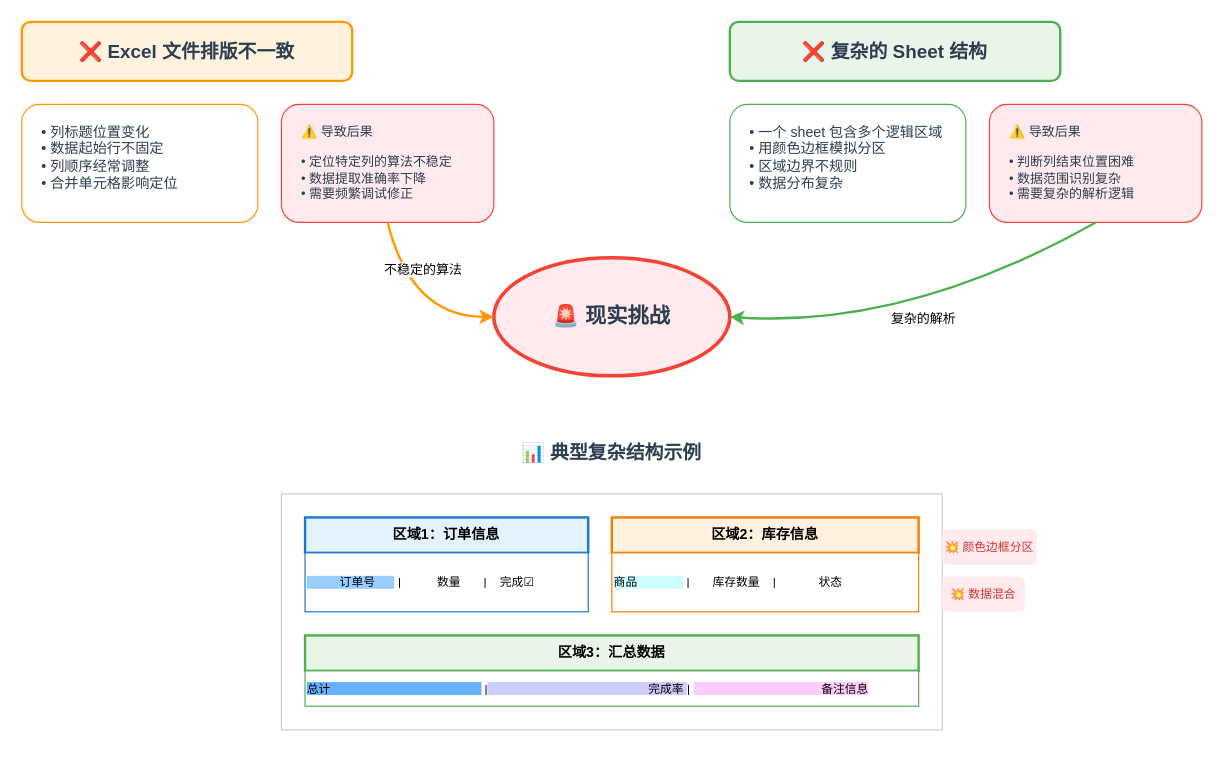
ronhuafeng/my-public-slides keeps this draw.io diagram as 2025-08-04 cursor meetup/images/excel-real-problems.drawio. Above is the earlier version. Source tidied: cells renumbered, new cells numbered last; positions are measured from the earlier drawing's top-left corner, leaving out a move shared by most shapes. Both pictures are drawn from the tidied source at 118%, with x=0, y=0 at pixel (21, 21).
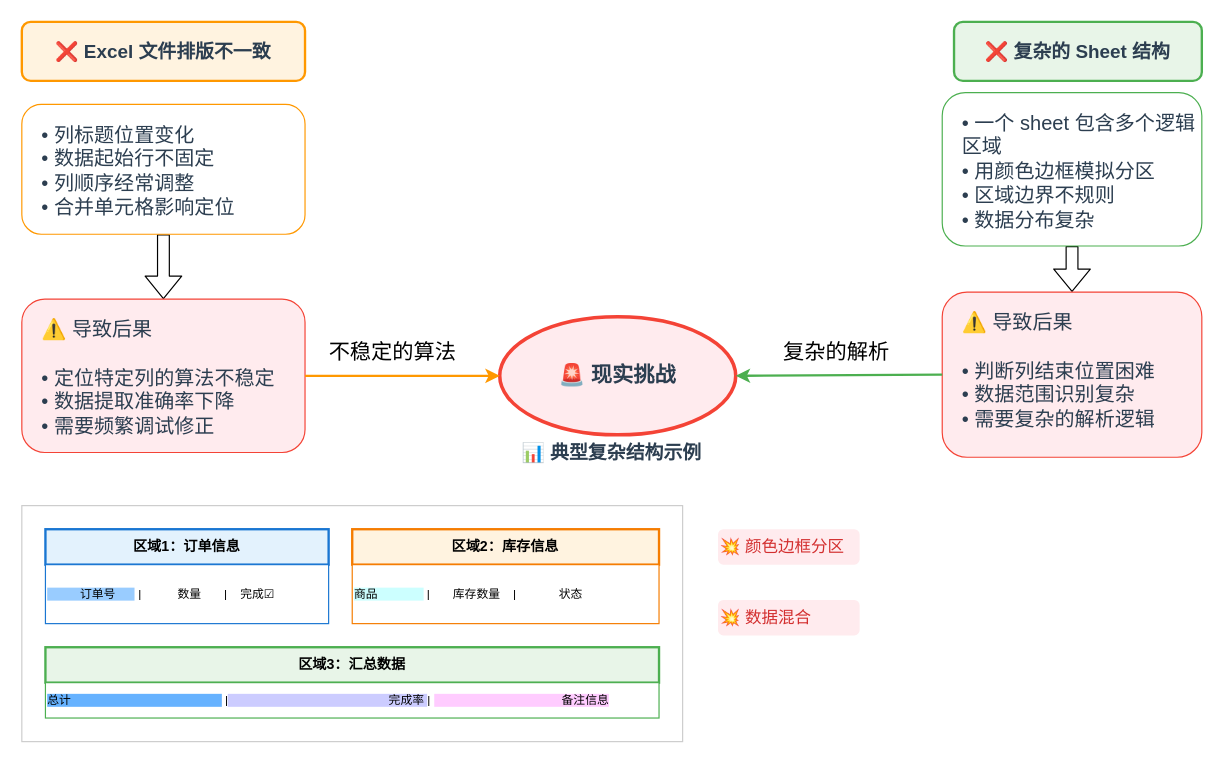
The same diagram, later.

What changed in the source:
```diff
@@
     <mxCell id="2" value="🚨 现实挑战" style="ellipse;whiteSpace=wrap;html=1;fontSize=18;fontStyle=1;fillColor=#ffebee;strokeColor=#f44336;strokeWidth=3;fontColor=#2c3e50;" parent="1" vertex="1">
-      <mxGeometry x="400" y="200" width="200" height="100" as="geometry" />
+      <mxGeometry x="405" y="250" width="200" height="100" as="geometry" />
     </mxCell>
     <mxCell id="3" value="❌ Excel 文件排版不一致" style="rounded=1;whiteSpace=wrap;html=1;fontSize=16;fontStyle=1;fillColor=#fff3e0;strokeColor=#ff9800;strokeWidth=2;fontColor=#2c3e50;align=center;" parent="1" vertex="1">
-      <mxGeometry width="280" height="50" as="geometry" />
+      <mxGeometry width="240" height="50" as="geometry" />
     </mxCell>
+    <mxCell id="21" style="edgeStyle=none;html=1;entryX=0.5;entryY=0;entryDx=0;entryDy=0;shape=flexArrow;" parent="1" edge="1" source="4" target="5">
+      <mxGeometry relative="1" as="geometry" />
+    </mxCell>
-    <mxCell id="4" value="• 列标题位置变化&lt;br/&gt;• 数据起始行不固定&lt;br/&gt;• 列顺序经常调整&lt;br/&gt;• 合并单元格影响定位" style="rounded=1;whiteSpace=wrap;html=1;fontSize=12;fillColor=#ffffff;strokeColor=#ff9800;strokeWidth=1;fontColor=#2c3e50;align=left;verticalAlign=top;spacingLeft=15;spacingTop=10;" parent="1" vertex="1">
-      <mxGeometry y="70" width="200" height="100" as="geometry" />
+    <mxCell id="4" value="• 列标题位置变化&lt;br&gt;• 数据起始行不固定&lt;br&gt;• 列顺序经常调整&lt;br&gt;• 合并单元格影响定位" style="rounded=1;whiteSpace=wrap;html=1;fontSize=17;fillColor=#ffffff;strokeColor=#ff9800;strokeWidth=1;fontColor=#2c3e50;align=left;verticalAlign=top;spacingLeft=15;spacingTop=10;" parent="1" vertex="1">
+      <mxGeometry y="70" width="240" height="110" as="geometry" />
     </mxCell>
-    <mxCell id="5" value="⚠️ 导致后果&lt;br/&gt;&lt;br/&gt;• 定位特定列的算法不稳定&lt;br/&gt;• 数据提取准确率下降&lt;br/&gt;• 需要频繁调试修正" style="rounded=1;whiteSpace=wrap;html=1;fontSize=11;fillColor=#ffebee;strokeColor=#f44336;strokeWidth=1;fontColor=#2c3e50;align=left;verticalAlign=top;spacingLeft=15;spacingTop=10;" parent="1" vertex="1">
-      <mxGeometry x="220" y="70" width="180" height="100" as="geometry" />
+    <mxCell id="5" value="⚠️ 导致后果&lt;br&gt;&lt;br&gt;• 定位特定列的算法不稳定&lt;br&gt;• 数据提取准确率下降&lt;br&gt;• 需要频繁调试修正" style="rounded=1;whiteSpace=wrap;html=1;fontSize=17;fillColor=#ffebee;strokeColor=#f44336;strokeWidth=1;fontColor=#2c3e50;align=left;verticalAlign=top;spacingLeft=15;spacingTop=10;" parent="1" vertex="1">
+      <mxGeometry y="235" width="240" height="130" as="geometry" />
     </mxCell>
     <mxCell id="6" value="❌ 复杂的 Sheet 结构" style="rounded=1;whiteSpace=wrap;html=1;fontSize=16;fontStyle=1;fillColor=#e8f5e8;strokeColor=#4caf50;strokeWidth=2;fontColor=#2c3e50;align=center;" parent="1" vertex="1">
-      <mxGeometry x="600" width="280" height="50" as="geometry" />
+      <mxGeometry x="790" width="210" height="50" as="geometry" />
     </mxCell>
+    <mxCell id="22" style="edgeStyle=none;html=1;shape=flexArrow;" parent="1" edge="1" source="7" target="8">
+      <mxGeometry relative="1" as="geometry" />
+    </mxCell>
-    <mxCell id="7" value="• 一个 sheet 包含多个逻辑区域&lt;br/&gt;• 用颜色边框模拟分区&lt;br/&gt;• 区域边界不规则&lt;br/&gt;• 数据分布复杂" style="rounded=1;whiteSpace=wrap;html=1;fontSize=12;fillColor=#ffffff;strokeColor=#4caf50;strokeWidth=1;fontColor=#2c3e50;align=left;verticalAlign=top;spacingLeft=15;spacingTop=10;" parent="1" vertex="1">
-      <mxGeometry x="600" y="70" width="200" height="100" as="geometry" />
+    <mxCell id="7" value="• 一个 sheet 包含多个逻辑区域&lt;br&gt;• 用颜色边框模拟分区&lt;br&gt;• 区域边界不规则&lt;br&gt;• 数据分布复杂" style="rounded=1;whiteSpace=wrap;html=1;fontSize=17;fillColor=#ffffff;strokeColor=#4caf50;strokeWidth=1;fontColor=#2c3e50;align=left;verticalAlign=top;spacingLeft=15;spacingTop=10;" parent="1" vertex="1">
+      <mxGeometry x="780" y="60" width="220" height="130" as="geometry" />
     </mxCell>
-    <mxCell id="8" value="⚠️ 导致后果&lt;br/&gt;&lt;br/&gt;• 判断列结束位置困难&lt;br/&gt;• 数据范围识别复杂&lt;br/&gt;• 需要复杂的解析逻辑" style="rounded=1;whiteSpace=wrap;html=1;fontSize=11;fillColor=#ffebee;strokeColor=#f44336;strokeWidth=1;fontColor=#2c3e50;align=left;verticalAlign=top;spacingLeft=15;spacingTop=10;" parent="1" vertex="1">
-      <mxGeometry x="820" y="70" width="180" height="100" as="geometry" />
+    <mxCell id="8" value="⚠️ 导致后果&lt;br&gt;&lt;br&gt;• 判断列结束位置困难&lt;br&gt;• 数据范围识别复杂&lt;br&gt;• 需要复杂的解析逻辑" style="rounded=1;whiteSpace=wrap;html=1;fontSize=17;fillColor=#ffebee;strokeColor=#f44336;strokeWidth=1;fontColor=#2c3e50;align=left;verticalAlign=top;spacingLeft=15;spacingTop=10;" parent="1" vertex="1">
+      <mxGeometry x="780" y="229" width="220" height="140" as="geometry" />
     </mxCell>
@@
+    <mxCell id="17" value="不稳定的算法" style="endArrow=classic;html=1;rounded=1;strokeColor=#ff9800;strokeWidth=2;curved=0;exitX=1;exitY=0.5;exitDx=0;exitDy=0;entryX=0;entryY=0.5;entryDx=0;entryDy=0;fontSize=18;" parent="1" edge="1" source="5" target="2">
+      <mxGeometry x="-0.1" y="20" relative="1" as="geometry" />
+    </mxCell>
+    <mxCell id="18" value="复杂的解析" style="endArrow=classic;html=1;rounded=1;strokeColor=#4caf50;strokeWidth=2;curved=0;exitX=0;exitY=0.5;exitDx=0;exitDy=0;entryX=1;entryY=0.5;entryDx=0;entryDy=0;fontSize=18;" parent="1" edge="1" source="8" target="2">
+      <mxGeometry x="0.03" y="-20" relative="1" as="geometry" />
+    </mxCell>
+    <mxCell id="19" value="💥 颜色边框分区" style="text;html=1;strokeColor=none;fillColor=#ffebee;align=left;verticalAlign=middle;whiteSpace=wrap;rounded=1;fontSize=14;fontColor=#d32f2f;" parent="1" vertex="1">
+      <mxGeometry x="590" y="430" width="120" height="30" as="geometry" />
+    </mxCell>
+    <mxCell id="20" value="💥 数据混合" style="text;html=1;strokeColor=none;fillColor=#ffebee;align=left;verticalAlign=middle;whiteSpace=wrap;rounded=1;fontSize=14;fontColor=#d32f2f;" parent="1" vertex="1">
+      <mxGeometry x="590" y="490" width="120" height="30" as="geometry" />
+    </mxCell>
+    <mxCell id="23" style="group;" parent="1" vertex="1">
+      <mxGeometry y="410" width="560" height="200" as="geometry" />
+    </mxCell>
-    <mxCell id="10" style="rounded=0;whiteSpace=wrap;html=1;strokeColor=#cccccc;fillColor=#ffffff;" parent="1" vertex="1">
-      <mxGeometry x="220" y="400" width="560" height="200" as="geometry" />
+    <mxCell id="10" style="rounded=0;whiteSpace=wrap;html=1;strokeColor=#cccccc;fillColor=#ffffff;" parent="23" vertex="1">
+      <mxGeometry width="560" height="200" as="geometry" />
     </mxCell>
-    <mxCell id="11" value="区域1：订单信息" style="rounded=0;whiteSpace=wrap;html=1;fillColor=#e3f2fd;strokeColor=#1976d2;strokeWidth=2;fontSize=12;fontStyle=1;" parent="1" vertex="1">
-      <mxGeometry x="240" y="420" width="240" height="30" as="geometry" />
+    <mxCell id="11" value="区域1：订单信息" style="rounded=0;whiteSpace=wrap;html=1;fillColor=#e3f2fd;strokeColor=#1976d2;strokeWidth=2;fontSize=12;fontStyle=1;" parent="23" vertex="1">
+      <mxGeometry x="20" y="20" width="240" height="30" as="geometry" />
     </mxCell>
-    <mxCell id="12" value="&lt;span style=&quot;background-color: rgb(153, 204, 255);&quot;&gt;&amp;nbsp; &amp;nbsp; &amp;nbsp; &amp;nbsp; &amp;nbsp; 订单号&amp;nbsp; &amp;nbsp; &amp;nbsp; &lt;/span&gt;&amp;nbsp;|&amp;nbsp; &amp;nbsp; &amp;nbsp; &amp;nbsp; &amp;nbsp; &amp;nbsp;数量&amp;nbsp; &amp;nbsp; &amp;nbsp; &amp;nbsp;|&amp;nbsp; &amp;nbsp; 完成☑" style="rounded=0;whiteSpace=wrap;html=1;fillColor=#ffffff;strokeColor=#1976d2;fontSize=10;align=left;" parent="1" vertex="1">
-      <mxGeometry x="240" y="450" width="240" height="50" as="geometry" />
+    <mxCell id="12" value="&lt;span style=&quot;background-color: rgb(153, 204, 255);&quot;&gt;&amp;nbsp; &amp;nbsp; &amp;nbsp; &amp;nbsp; &amp;nbsp; 订单号&amp;nbsp; &amp;nbsp; &amp;nbsp; &lt;/span&gt;&amp;nbsp;|&amp;nbsp; &amp;nbsp; &amp;nbsp; &amp;nbsp; &amp;nbsp; &amp;nbsp;数量&amp;nbsp; &amp;nbsp; &amp;nbsp; &amp;nbsp;|&amp;nbsp; &amp;nbsp; 完成☑" style="rounded=0;whiteSpace=wrap;html=1;fillColor=#ffffff;strokeColor=#1976d2;fontSize=10;align=left;" parent="23" vertex="1">
+      <mxGeometry x="20" y="50" width="240" height="50" as="geometry" />
     </mxCell>
-    <mxCell id="13" value="区域2：库存信息" style="rounded=0;whiteSpace=wrap;html=1;fillColor=#fff3e0;strokeColor=#f57c00;strokeWidth=2;fontSize=12;fontStyle=1;" parent="1" vertex="1">
-      <mxGeometry x="500" y="420" width="260" height="30" as="geometry" />
+    <mxCell id="13" value="区域2：库存信息" style="rounded=0;whiteSpace=wrap;html=1;fillColor=#fff3e0;strokeColor=#f57c00;strokeWidth=2;fontSize=12;fontStyle=1;" parent="23" vertex="1">
+      <mxGeometry x="280" y="20" width="260" height="30" as="geometry" />
     </mxCell>
-    <mxCell id="14" value="&lt;span style=&quot;background-color: rgb(204, 255, 255);&quot;&gt;商品&amp;nbsp; &amp;nbsp; &amp;nbsp; &amp;nbsp; &amp;nbsp; &amp;nbsp; &amp;nbsp; &lt;/span&gt;&amp;nbsp;|&amp;nbsp; &amp;nbsp; &amp;nbsp; &amp;nbsp;库存数量&amp;nbsp; &amp;nbsp; |&amp;nbsp; &amp;nbsp; &amp;nbsp; &amp;nbsp; &amp;nbsp; &amp;nbsp; &amp;nbsp;状态" style="rounded=0;whiteSpace=wrap;html=1;fillColor=#ffffff;strokeColor=#f57c00;fontSize=10;align=left;" parent="1" vertex="1">
-      <mxGeometry x="500" y="450" width="260" height="50" as="geometry" />
+    <mxCell id="14" value="&lt;span style=&quot;background-color: rgb(204, 255, 255);&quot;&gt;商品&amp;nbsp; &amp;nbsp; &amp;nbsp; &amp;nbsp; &amp;nbsp; &amp;nbsp; &amp;nbsp; &lt;/span&gt;&amp;nbsp;|&amp;nbsp; &amp;nbsp; &amp;nbsp; &amp;nbsp;库存数量&amp;nbsp; &amp;nbsp; |&amp;nbsp; &amp;nbsp; &amp;nbsp; &amp;nbsp; &amp;nbsp; &amp;nbsp; &amp;nbsp;状态" style="rounded=0;whiteSpace=wrap;html=1;fillColor=#ffffff;strokeColor=#f57c00;fontSize=10;align=left;" parent="23" vertex="1">
+      <mxGeometry x="280" y="50" width="260" height="50" as="geometry" />
     </mxCell>
-    <mxCell id="15" value="区域3：汇总数据" style="rounded=0;whiteSpace=wrap;html=1;fillColor=#e8f5e8;strokeColor=#4caf50;strokeWidth=2;fontSize=12;fontStyle=1;" parent="1" vertex="1">
-      <mxGeometry x="240" y="520" width="520" height="30" as="geometry" />
+    <mxCell id="15" value="区域3：汇总数据" style="rounded=0;whiteSpace=wrap;html=1;fillColor=#e8f5e8;strokeColor=#4caf50;strokeWidth=2;fontSize=12;fontStyle=1;" parent="23" vertex="1">
+      <mxGeometry x="20" y="120" width="520" height="30" as="geometry" />
     </mxCell>
-    <mxCell id="16" value="&lt;span style=&quot;background-color: rgb(102, 178, 255);&quot;&gt;总计&amp;nbsp; &amp;nbsp; &amp;nbsp; &amp;nbsp; &amp;nbsp; &amp;nbsp; &amp;nbsp; &amp;nbsp; &amp;nbsp; &amp;nbsp; &amp;nbsp; &amp;nbsp; &amp;nbsp; &amp;nbsp; &amp;nbsp; &amp;nbsp; &amp;nbsp; &amp;nbsp; &amp;nbsp; &amp;nbsp; &amp;nbsp; &amp;nbsp; &amp;nbsp; &lt;/span&gt;&amp;nbsp;|&lt;span style=&quot;background-color: rgb(204, 204, 255);&quot;&gt;&amp;nbsp; &amp;nbsp; &amp;nbsp; &amp;nbsp; &amp;nbsp; &amp;nbsp; &amp;nbsp; &amp;nbsp; &amp;nbsp; &amp;nbsp; &amp;nbsp; &amp;nbsp; &amp;nbsp; &amp;nbsp; &amp;nbsp; &amp;nbsp; &amp;nbsp; &amp;nbsp; &amp;nbsp; &amp;nbsp; &amp;nbsp; &amp;nbsp; &amp;nbsp; &amp;nbsp; &amp;nbsp;完成率 &lt;/span&gt;|&amp;nbsp;&lt;span style=&quot;background-color: rgb(255, 204, 255);&quot;&gt; &amp;nbsp; &amp;nbsp; &amp;nbsp; &amp;nbsp; &amp;nbsp; &amp;nbsp; &amp;nbsp; &amp;nbsp; &amp;nbsp; &amp;nbsp; &amp;nbsp; &amp;nbsp; &amp;nbsp; &amp;nbsp; &amp;nbsp; &amp;nbsp; &amp;nbsp; &amp;nbsp; &amp;nbsp; 备注信息&lt;/span&gt;" style="rounded=0;whiteSpace=wrap;html=1;fillColor=#ffffff;strokeColor=#4caf50;fontSize=10;align=left;" parent="1" vertex="1">
-      <mxGeometry x="240" y="550" width="520" height="30" as="geometry" />
+    <mxCell id="16" value="&lt;span style=&quot;background-color: rgb(102, 178, 255);&quot;&gt;总计&amp;nbsp; &amp;nbsp; &amp;nbsp; &amp;nbsp; &amp;nbsp; &amp;nbsp; &amp;nbsp; &amp;nbsp; &amp;nbsp; &amp;nbsp; &amp;nbsp; &amp;nbsp; &amp;nbsp; &amp;nbsp; &amp;nbsp; &amp;nbsp; &amp;nbsp; &amp;nbsp; &amp;nbsp; &amp;nbsp; &amp;nbsp; &amp;nbsp; &amp;nbsp; &lt;/span&gt;&amp;nbsp;|&lt;span style=&quot;background-color: rgb(204, 204, 255);&quot;&gt;&amp;nbsp; &amp;nbsp; &amp;nbsp; &amp;nbsp; &amp;nbsp; &amp;nbsp; &amp;nbsp; &amp;nbsp; &amp;nbsp; &amp;nbsp; &amp;nbsp; &amp;nbsp; &amp;nbsp; &amp;nbsp; &amp;nbsp; &amp;nbsp; &amp;nbsp; &amp;nbsp; &amp;nbsp; &amp;nbsp; &amp;nbsp; &amp;nbsp; &amp;nbsp; &amp;nbsp; &amp;nbsp;完成率 &lt;/span&gt;|&amp;nbsp;&lt;span style=&quot;background-color: rgb(255, 204, 255);&quot;&gt; &amp;nbsp; &amp;nbsp; &amp;nbsp; &amp;nbsp; &amp;nbsp; &amp;nbsp; &amp;nbsp; &amp;nbsp; &amp;nbsp; &amp;nbsp; &amp;nbsp; &amp;nbsp; &amp;nbsp; &amp;nbsp; &amp;nbsp; &amp;nbsp; &amp;nbsp; &amp;nbsp; &amp;nbsp; 备注信息&lt;/span&gt;" style="rounded=0;whiteSpace=wrap;html=1;fillColor=#ffffff;strokeColor=#4caf50;fontSize=10;align=left;" parent="23" vertex="1">
+      <mxGeometry x="20" y="150" width="520" height="30" as="geometry" />
     </mxCell>
-    <mxCell id="17" value="不稳定的算法" style="endArrow=classic;html=1;rounded=0;strokeColor=#ff9800;strokeWidth=2;curved=1;exitX=0.5;exitY=1;exitDx=0;exitDy=0;entryX=0;entryY=0.5;entryDx=0;entryDy=0;" parent="1" edge="1" source="5" target="2">
-      <mxGeometry x="-0.4" y="19" relative="1" as="geometry">
-        <Array as="points">
-          <mxPoint x="330" y="250" />
-        </Array>
-      </mxGeometry>
-    </mxCell>
-    <mxCell id="18" value="复杂的解析" style="endArrow=classic;html=1;rounded=0;strokeColor=#4caf50;strokeWidth=2;curved=1;exitX=0.5;exitY=1;exitDx=0;exitDy=0;entryX=1;entryY=0.5;entryDx=0;entryDy=0;" parent="1" edge="1" source="8" target="2">
-      <mxGeometry relative="1" as="geometry">
-        <Array as="points">
-          <mxPoint x="750" y="260" />
-        </Array>
-      </mxGeometry>
-    </mxCell>
-    <mxCell id="19" value="💥 颜色边框分区" style="text;html=1;strokeColor=none;fillColor=#ffebee;align=center;verticalAlign=middle;whiteSpace=wrap;rounded=1;fontSize=10;fontColor=#d32f2f;" parent="1" vertex="1">
-      <mxGeometry x="780" y="430" width="80" height="30" as="geometry" />
-    </mxCell>
-    <mxCell id="20" value="💥 数据混合" style="text;html=1;strokeColor=none;fillColor=#ffebee;align=center;verticalAlign=middle;whiteSpace=wrap;rounded=1;fontSize=10;fontColor=#d32f2f;" parent="1" vertex="1">
-      <mxGeometry x="780" y="470" width="70" height="30" as="geometry" />
-    </mxCell>
```
